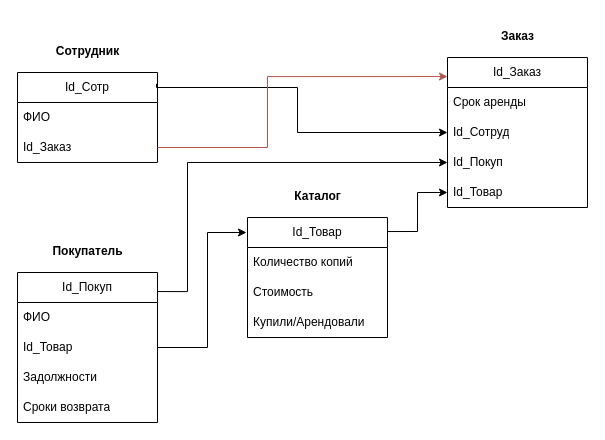
Above: IDEF1.drawio in SpaleRud/OPDiagrams (draw.io), before the change. Source tidied: cells renumbered, new cells numbered last; positions are measured from the earlier drawing's top-left corner, leaving out a move shared by most shapes. Both pictures are drawn from the tidied source at 100%, with x=0, y=0 at pixel (17, 17).
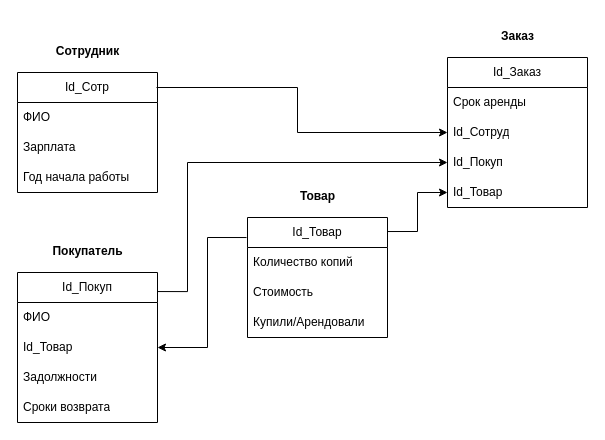
The same diagram, later.

The change refers to these unchanged cells:
```xml
<mxCell id="2" style="group;" parent="1" vertex="1">
  <mxGeometry y="15" width="140" height="160" as="geometry" />
</mxCell>
<mxCell id="7" style="group;" parent="1" vertex="1">
  <mxGeometry x="230" y="160" width="140" height="160" as="geometry" />
</mxCell>
<mxCell id="8" value="Id_Товар" style="swimlane;fontStyle=0;horizontal=1;startSize=30;whiteSpace=wrap;html=1;" parent="7" vertex="1">
  <mxGeometry y="40" width="140" height="120" as="geometry" />
</mxCell>
<mxCell id="16" value="Id_Товар" style="text;strokeColor=none;fillColor=none;align=left;verticalAlign=middle;spacingLeft=4;spacingRight=4;overflow=hidden;points=[[0,0.5],[1,0.5]];portConstraint=eastwest;whiteSpace=wrap;html=1;" parent="14" vertex="1">
  <mxGeometry y="60" width="140" height="30" as="geometry" />
</mxCell>
<mxCell id="21" value="Id_Заказ" style="swimlane;fontStyle=0;horizontal=1;startSize=30;whiteSpace=wrap;html=1;" parent="20" vertex="1">
  <mxGeometry y="40" width="140" height="150" as="geometry" />
</mxCell>
```

Change to the diagram source:
```diff
@@
     <mxCell id="3" value="Id_Сотр" style="swimlane;fontStyle=0;horizontal=1;startSize=30;whiteSpace=wrap;html=1;" parent="2" vertex="1">
-      <mxGeometry y="40" width="140" height="90" as="geometry" />
+      <mxGeometry y="40" width="140" height="120" as="geometry" />
     </mxCell>
@@
-    <mxCell id="5" value="Id_Заказ" style="text;strokeColor=none;fillColor=none;align=left;verticalAlign=middle;spacingLeft=4;spacingRight=4;overflow=hidden;points=[[0,0.5],[1,0.5]];portConstraint=eastwest;whiteSpace=wrap;html=1;" parent="3" vertex="1">
+    <mxCell id="5" value="Зарплата" style="text;strokeColor=none;fillColor=none;align=left;verticalAlign=middle;spacingLeft=4;spacingRight=4;overflow=hidden;points=[[0,0.5],[1,0.5]];portConstraint=eastwest;whiteSpace=wrap;html=1;" parent="3" vertex="1">
       <mxGeometry y="60" width="140" height="30" as="geometry" />
     </mxCell>
+    <mxCell id="32" value="Год начала работы" style="text;strokeColor=none;fillColor=none;align=left;verticalAlign=middle;spacingLeft=4;spacingRight=4;overflow=hidden;whiteSpace=wrap;html=1;" parent="3" vertex="1">
+      <mxGeometry y="90" width="140" height="30" as="geometry" />
+    </mxCell>
@@
-    <mxCell id="12" value="&lt;span style=&quot;font-size: 12px;&quot;&gt;Каталог&lt;br&gt;&lt;/span&gt;" style="text;strokeColor=none;fillColor=none;html=1;fontSize=24;fontStyle=1;verticalAlign=middle;align=center;" parent="7" vertex="1">
+    <mxCell id="12" value="&lt;span style=&quot;font-size: 12px;&quot;&gt;Товар&lt;br&gt;&lt;/span&gt;" style="text;strokeColor=none;fillColor=none;html=1;fontSize=24;fontStyle=1;verticalAlign=middle;align=center;" parent="7" vertex="1">
       <mxGeometry x="25" width="90" height="30" as="geometry" />
     </mxCell>
@@
-    <mxCell id="27" style="edgeStyle=orthogonalEdgeStyle;rounded=0;jettySize=auto;html=1;entryX=-0.007;entryY=0.125;entryDx=0;entryDy=0;entryPerimeter=0;exitX=1;exitY=0.5;exitDx=0;exitDy=0;" parent="1" edge="1" source="16" target="8">
-      <mxGeometry relative="1" as="geometry">
-        <Array as="points">
-          <mxPoint x="190" y="330" />
-          <mxPoint x="190" y="215" />
-        </Array>
-      </mxGeometry>
-    </mxCell>
@@
-    <mxCell id="31" style="edgeStyle=orthogonalEdgeStyle;rounded=0;jettySize=auto;html=1;entryX=0;entryY=0.127;entryDx=0;entryDy=0;entryPerimeter=0;fillColor=#f8cecc;strokeColor=#b85450;" parent="1" edge="1" source="5" target="21">
-      <mxGeometry relative="1" as="geometry">
-        <Array as="points">
-          <mxPoint x="250" y="130" />
-          <mxPoint x="250" y="59" />
-        </Array>
-      </mxGeometry>
-    </mxCell>
+    <mxCell id="33" style="edgeStyle=orthogonalEdgeStyle;rounded=0;jettySize=auto;html=1;entryX=1;entryY=0.5;entryDx=0;entryDy=0;exitX=-0.007;exitY=0.167;exitDx=0;exitDy=0;exitPerimeter=0;" parent="1" edge="1" source="8" target="16">
+      <mxGeometry relative="1" as="geometry">
+        <Array as="points">
+          <mxPoint x="190" y="220" />
+          <mxPoint x="190" y="330" />
+        </Array>
+      </mxGeometry>
+    </mxCell>
```
